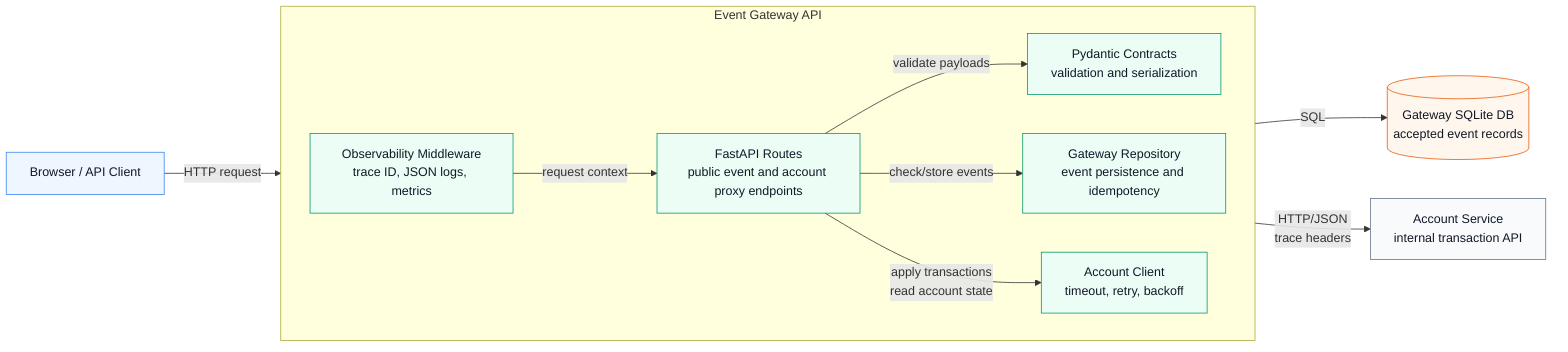
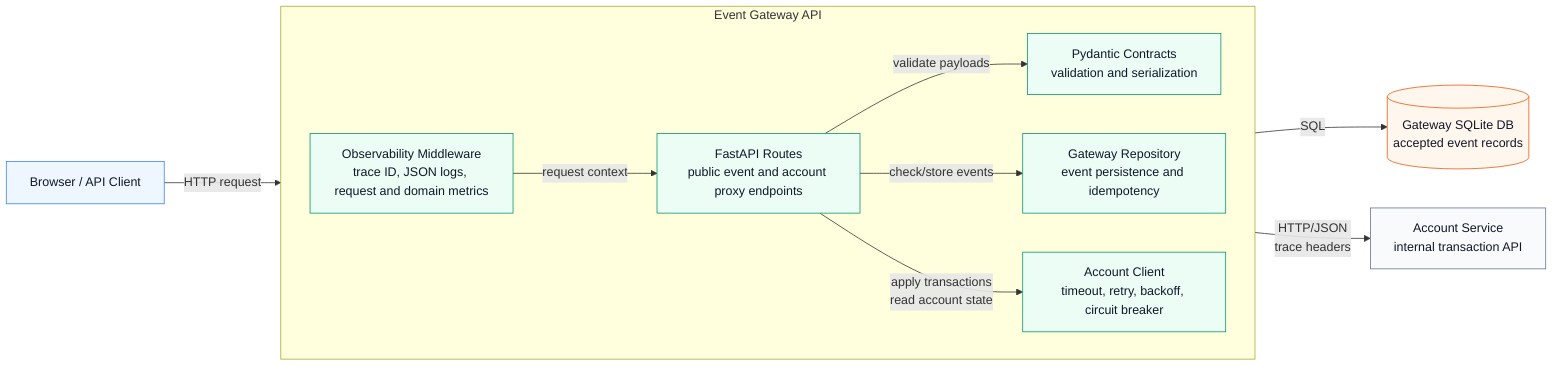
flowchart LR
  %% C4 Level 3: Gateway components. The primary request path is left-to-right.
  client["Browser / API Client"]

  subgraph gatewayBoundary["Event Gateway API"]
    direction LR
-     obs["Observability Middleware<br/>trace ID, JSON logs, metrics"]
+     obs["Observability Middleware<br/>trace ID, JSON logs, request and domain metrics"]
    routes["FastAPI Routes<br/>public event and account proxy endpoints"]
    contracts["Pydantic Contracts<br/>validation and serialization"]
    repo["Gateway Repository<br/>event persistence and idempotency"]
-     accountClient["Account Client<br/>timeout, retry, backoff"]
+     accountClient["Account Client<br/>timeout, retry, backoff, circuit breaker"]
  end

  gatewayDb[("Gateway SQLite DB<br/>accepted event records")]
  account["Account Service<br/>internal transaction API"]

  client -->|"HTTP request"| obs
  obs -->|"request context"| routes
  routes -->|"validate payloads"| contracts
  routes -->|"check/store events"| repo
  repo -->|"SQL"| gatewayDb
  routes -->|"apply transactions<br/>read account state"| accountClient
  accountClient -->|"HTTP/JSON<br/>trace headers"| account

  classDef actor fill:#eef6ff,stroke:#3b82f6,color:#111827
  classDef component fill:#ecfdf5,stroke:#059669,color:#111827
  classDef database fill:#fff7ed,stroke:#ea580c,color:#111827
  classDef external fill:#f8fafc,stroke:#64748b,color:#111827
  class client actor
  class obs,routes,contracts,repo,accountClient component
  class gatewayDb database
  class account external
